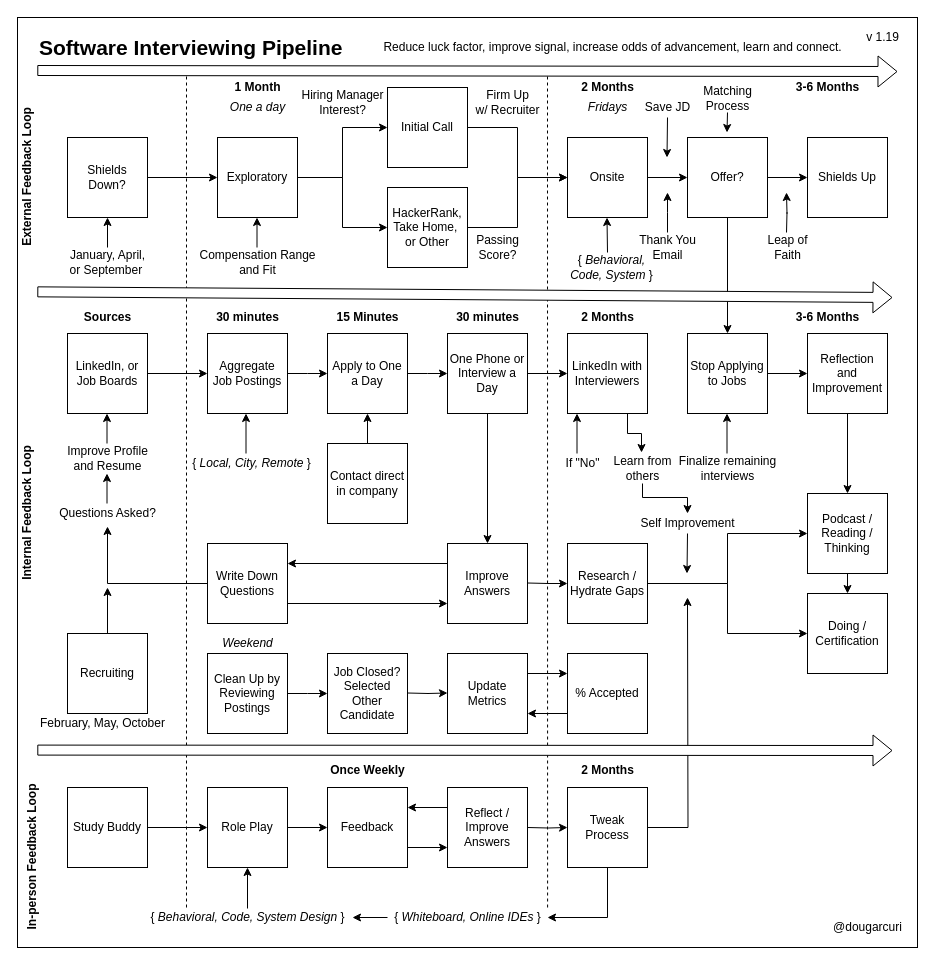
This is interviews/diagrams/interviewing-pipeline.drawio from solidi/learning-notes, a draw.io file, before an edit. Source tidied: cells renumbered, new cells numbered last; positions are measured from the earlier drawing's top-left corner, leaving out a move shared by most shapes. Both pictures are drawn from the tidied source at 100%, with x=0, y=0 at pixel (-48, 17).
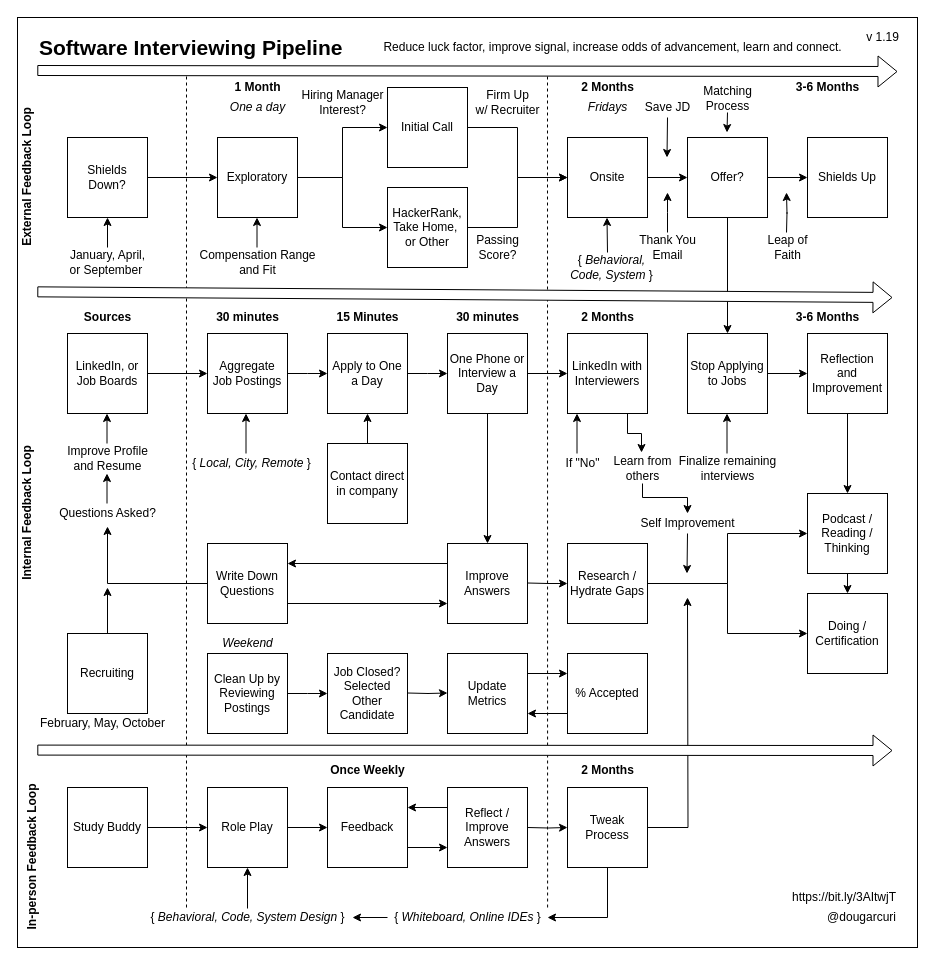
The same page after the edit.

Commit message (it also covers changes not shown here):
Add bitly url to the software engineering interview diagram

What changed in the source:
```diff
@@
-    <mxCell id="45" value="@dougarcuri" style="text;html=1;align=center;verticalAlign=middle;" parent="1" vertex="1">
-      <mxGeometry x="875" y="900" width="80" height="20" as="geometry" />
+    <mxCell id="45" value="@dougarcuri" style="text;html=1;align=right;verticalAlign=middle;" parent="1" vertex="1">
+      <mxGeometry x="865" y="890" width="80" height="20" as="geometry" />
     </mxCell>
@@
+    <mxCell id="131" value="https://bit.ly/3AItwjT" style="text;html=1;align=right;verticalAlign=middle;strokeColor=none;fillColor=none;" parent="1" vertex="1">
+      <mxGeometry x="825" y="870" width="120" height="20" as="geometry" />
+    </mxCell>
```
